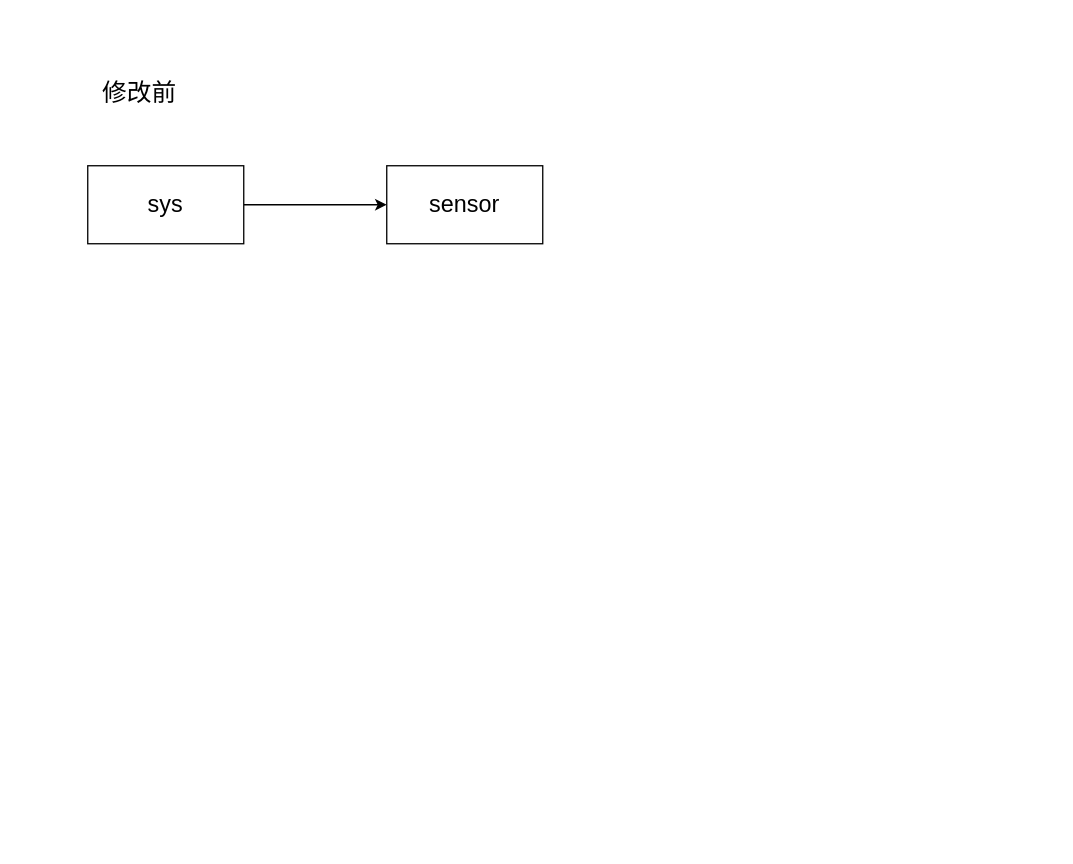
Above: software/software.drawio in Chiehhsin-Lu/MyDrawio (draw.io), before the change. Source tidied: cells renumbered, new cells numbered last; positions are measured from the earlier drawing's top-left corner, leaving out a move shared by most shapes. Both pictures are drawn from the tidied source at 130%, with x=0, y=0 at pixel (87, 74).
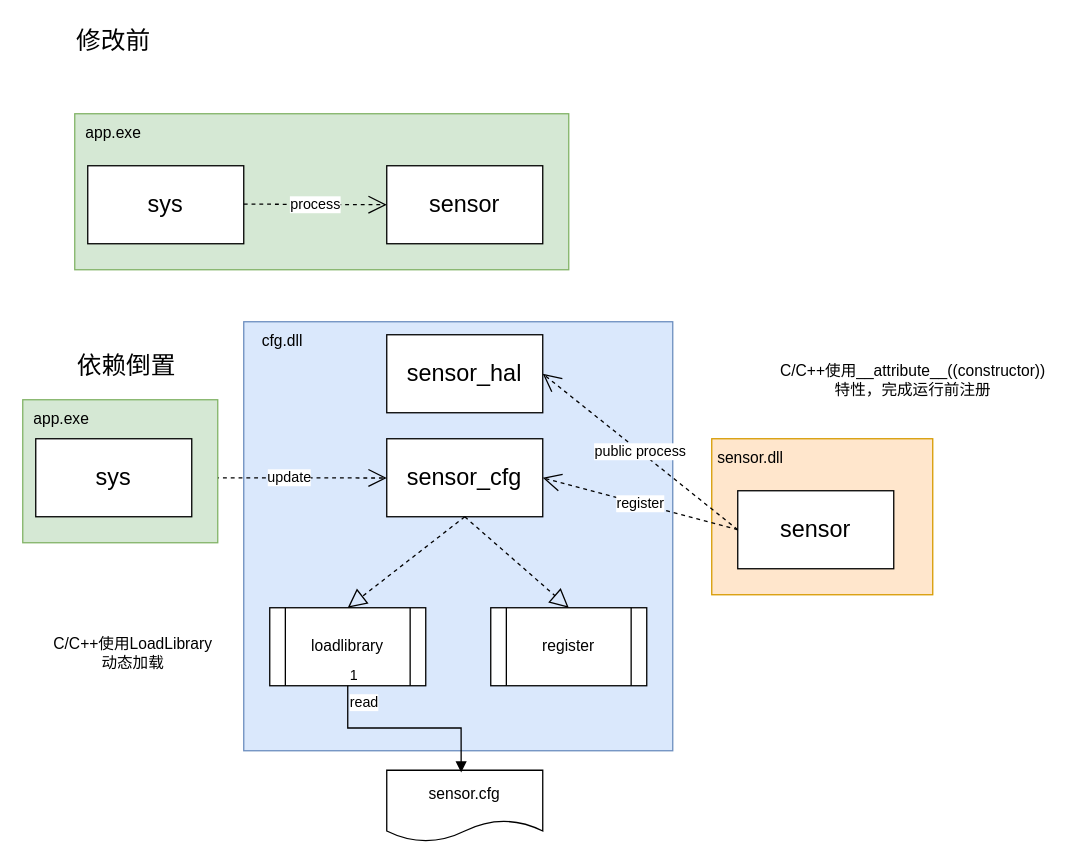
The same diagram, later.

The change refers to these unchanged cells:
```xml
<mxCell id="3" value="sys" style="rounded=0;whiteSpace=wrap;html=1;fontSize=18;" parent="1" vertex="1">
  <mxGeometry y="70" width="120" height="60" as="geometry" />
</mxCell>
<mxCell id="5" value="sensor" style="rounded=0;whiteSpace=wrap;html=1;fontSize=18;" parent="1" vertex="1">
  <mxGeometry x="230" y="70" width="120" height="60" as="geometry" />
</mxCell>
```

Diff of the diagram source:
```diff
@@
-    <mxCell id="2" style="edgeStyle=orthogonalEdgeStyle;rounded=0;jettySize=auto;html=1;exitX=1;exitY=0.5;exitDx=0;exitDy=0;entryX=0;entryY=0.5;entryDx=0;entryDy=0;" parent="1" edge="1" source="3" target="5">
-      <mxGeometry relative="1" as="geometry" />
-    </mxCell>
+    <mxCell id="6" style="rounded=0;whiteSpace=wrap;html=1;fillColor=#ffe6cc;strokeColor=#d79b00;" parent="1" vertex="1">
+      <mxGeometry x="480" y="280" width="170" height="120" as="geometry" />
+    </mxCell>
+    <mxCell id="7" style="rounded=0;whiteSpace=wrap;html=1;fillColor=#dae8fc;strokeColor=#6c8ebf;" parent="1" vertex="1">
+      <mxGeometry x="120" y="190" width="330" height="330" as="geometry" />
+    </mxCell>
+    <mxCell id="8" style="rounded=0;whiteSpace=wrap;html=1;fillColor=#d5e8d4;strokeColor=#82b366;" parent="1" vertex="1">
+      <mxGeometry x="-10" y="30" width="380" height="120" as="geometry" />
+    </mxCell>
@@
     <mxCell id="4" value="修改前" style="text;html=1;align=center;verticalAlign=middle;whiteSpace=wrap;rounded=0;fontSize=19;" parent="1" vertex="1">
-      <mxGeometry x="10" width="60" height="30" as="geometry" />
+      <mxGeometry x="-10" y="-40" width="60" height="30" as="geometry" />
     </mxCell>
@@
+    <mxCell id="9" value="依赖倒置" style="text;html=1;align=center;verticalAlign=middle;whiteSpace=wrap;rounded=0;fontSize=19;" parent="1" vertex="1">
+      <mxGeometry x="-10" y="210" width="80" height="30" as="geometry" />
+    </mxCell>
+    <mxCell id="10" value="sensor_cfg" style="rounded=0;whiteSpace=wrap;html=1;fontSize=18;" parent="1" vertex="1">
+      <mxGeometry x="230" y="280" width="120" height="60" as="geometry" />
+    </mxCell>
+    <mxCell id="11" value="process" style="endArrow=open;endSize=12;dashed=1;html=1;rounded=0;entryX=0;entryY=0.5;entryDx=0;entryDy=0;" parent="1" edge="1" target="5">
+      <mxGeometry relative="1" as="geometry">
+        <mxPoint x="120" y="99.5" as="sourcePoint" />
+      </mxGeometry>
+    </mxCell>
+    <mxCell id="12" value="update" style="endArrow=open;endSize=12;dashed=1;html=1;rounded=0;entryX=0;entryY=0.5;entryDx=0;entryDy=0;exitX=1;exitY=0.5;exitDx=0;exitDy=0;" parent="1" edge="1" source="27">
+      <mxGeometry relative="1" as="geometry">
+        <mxPoint x="230" y="310.2" as="targetPoint" />
+      </mxGeometry>
+    </mxCell>
+    <mxCell id="13" value="sensor" style="rounded=0;whiteSpace=wrap;html=1;fontSize=18;" parent="1" vertex="1">
+      <mxGeometry x="500" y="320" width="120" height="60" as="geometry" />
+    </mxCell>
+    <mxCell id="14" value="register" style="endArrow=open;endSize=12;dashed=1;html=1;rounded=0;exitX=0;exitY=0.5;exitDx=0;exitDy=0;entryX=1;entryY=0.5;entryDx=0;entryDy=0;" parent="1" edge="1" source="13" target="10">
+      <mxGeometry relative="1" as="geometry" />
+    </mxCell>
+    <mxCell id="15" value="C/C++使用__attribute__((constructor))特性，完成运行前注册" style="text;html=1;align=center;verticalAlign=middle;whiteSpace=wrap;rounded=0;" parent="1" vertex="1">
+      <mxGeometry x="530" y="220" width="210" height="30" as="geometry" />
+    </mxCell>
+    <mxCell id="16" value="register" style="shape=process;whiteSpace=wrap;html=1;backgroundOutline=1;" parent="1" vertex="1">
+      <mxGeometry x="310" y="410" width="120" height="60" as="geometry" />
+    </mxCell>
+    <mxCell id="17" style="endArrow=block;dashed=1;endFill=0;endSize=12;html=1;rounded=0;exitX=0.5;exitY=1;exitDx=0;exitDy=0;entryX=0.5;entryY=0;entryDx=0;entryDy=0;" parent="1" edge="1" source="10" target="16">
+      <mxGeometry relative="1" as="geometry" />
+    </mxCell>
+    <mxCell id="18" value="app.exe" style="text;html=1;align=center;verticalAlign=middle;whiteSpace=wrap;rounded=0;" parent="1" vertex="1">
+      <mxGeometry x="-10" y="30" width="60" height="30" as="geometry" />
+    </mxCell>
+    <mxCell id="19" value="loadlibrary" style="shape=process;whiteSpace=wrap;html=1;backgroundOutline=1;" parent="1" vertex="1">
+      <mxGeometry x="140" y="410" width="120" height="60" as="geometry" />
+    </mxCell>
+    <mxCell id="20" style="endArrow=block;dashed=1;endFill=0;endSize=12;html=1;rounded=0;entryX=0.5;entryY=0;entryDx=0;entryDy=0;" parent="1" edge="1" target="19">
+      <mxGeometry relative="1" as="geometry">
+        <mxPoint x="290" y="340" as="sourcePoint" />
+      </mxGeometry>
+    </mxCell>
+    <mxCell id="21" value="sensor.cfg" style="shape=document;whiteSpace=wrap;html=1;boundedLbl=1;" parent="1" vertex="1">
+      <mxGeometry x="230" y="535" width="120" height="55" as="geometry" />
+    </mxCell>
+    <mxCell id="22" value="read" style="endArrow=block;endFill=1;html=1;edgeStyle=orthogonalEdgeStyle;align=left;verticalAlign=top;rounded=0;entryX=0.477;entryY=0.031;entryDx=0;entryDy=0;entryPerimeter=0;exitX=0.5;exitY=1;exitDx=0;exitDy=0;" parent="1" edge="1" source="19" target="21">
+      <mxGeometry x="-1" relative="1" as="geometry" />
+    </mxCell>
+    <mxCell id="23" value="1" style="edgeLabel;html=1;align=left;verticalAlign=bottom;" parent="22" vertex="1">
+      <mxGeometry x="-1" relative="1" as="geometry" />
+    </mxCell>
+    <mxCell id="24" value="C/C++使用LoadLibrary&lt;div&gt;动态加载&lt;/div&gt;" style="text;html=1;align=center;verticalAlign=middle;whiteSpace=wrap;rounded=0;" parent="1" vertex="1">
+      <mxGeometry x="-50" y="430" width="170" height="30" as="geometry" />
+    </mxCell>
+    <mxCell id="25" style="group;" parent="1" vertex="1">
+      <mxGeometry x="-50" y="250" width="150" height="110" as="geometry" />
+    </mxCell>
+    <mxCell id="26" style="rounded=0;whiteSpace=wrap;html=1;fillColor=#d5e8d4;strokeColor=#82b366;" parent="25" vertex="1">
+      <mxGeometry width="150" height="110" as="geometry" />
+    </mxCell>
+    <mxCell id="27" value="sys" style="rounded=0;whiteSpace=wrap;html=1;fontSize=18;" parent="25" vertex="1">
+      <mxGeometry x="10" y="30" width="120" height="60" as="geometry" />
+    </mxCell>
+    <mxCell id="28" value="app.exe" style="text;html=1;align=center;verticalAlign=middle;whiteSpace=wrap;rounded=0;" parent="25" vertex="1">
+      <mxGeometry width="60" height="30" as="geometry" />
+    </mxCell>
+    <mxCell id="29" value="cfg.dll" style="text;html=1;align=center;verticalAlign=middle;whiteSpace=wrap;rounded=0;" parent="1" vertex="1">
+      <mxGeometry x="120" y="190" width="60" height="30" as="geometry" />
+    </mxCell>
+    <mxCell id="30" value="sensor_hal" style="rounded=0;whiteSpace=wrap;html=1;fontSize=18;" parent="1" vertex="1">
+      <mxGeometry x="230" y="200" width="120" height="60" as="geometry" />
+    </mxCell>
+    <mxCell id="31" value="public process" style="endArrow=open;endSize=12;dashed=1;html=1;rounded=0;exitX=0;exitY=0.5;exitDx=0;exitDy=0;entryX=1;entryY=0.5;entryDx=0;entryDy=0;" parent="1" edge="1" source="13">
+      <mxGeometry relative="1" as="geometry">
+        <mxPoint x="350" y="230" as="targetPoint" />
+      </mxGeometry>
+    </mxCell>
+    <mxCell id="32" value="sensor.dll" style="text;html=1;align=center;verticalAlign=middle;whiteSpace=wrap;rounded=0;" parent="1" vertex="1">
+      <mxGeometry x="480" y="280" width="60" height="30" as="geometry" />
+    </mxCell>
```
